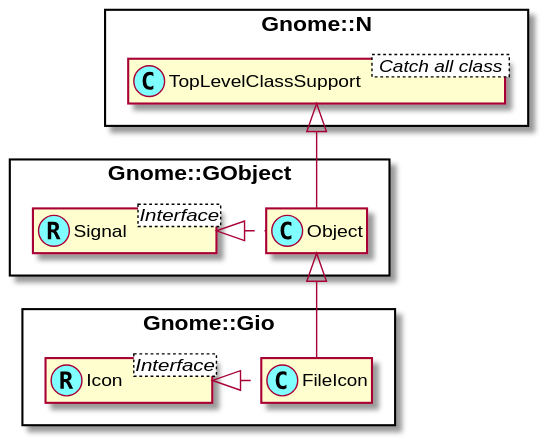
MARTIMM/gnome-gtk3 keeps this PlantUML diagram as docs/content-docs/reference/Gio/plantuml/FileIcon.svg. Above is the earlier version.
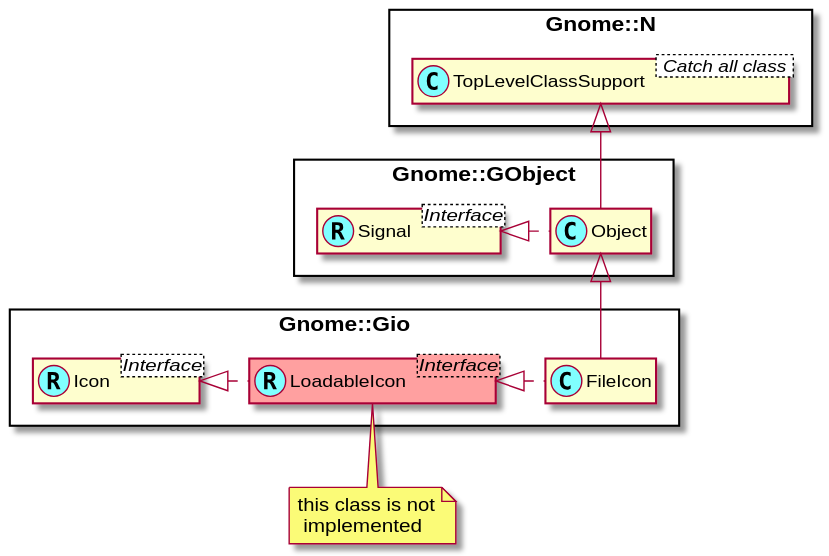
Above is the later version.

Commit message:
change of uml diagram

Change to the diagram source:
```diff
@@ -13,11 +13,16 @@
 Interface Gnome::Gio::Icon <Interface>
 class Gnome::Gio::Icon <<(R,#80ffff)>>
 
+Interface Gnome::Gio::LoadableIcon <Interface>
+class Gnome::Gio::LoadableIcon <<(R,#80ffff)>> #ffa0a0
+note "this class is not\n implemented" as NLI
+Gnome::Gio::LoadableIcon .down. NLI
 
 Gnome::N::TopLevelClassSupport <|-- Gnome::GObject::Object
 Gnome::GObject::Signal <|. Gnome::GObject::Object
 
-Gnome::Gio::Icon <|. Gnome::Gio::FileIcon
+Gnome::Gio::Icon <|. Gnome::Gio::LoadableIcon
+Gnome::Gio::LoadableIcon <|. Gnome::Gio::FileIcon
 Gnome::GObject::Object <|-- Gnome::Gio::FileIcon
 
 @enduml
```
